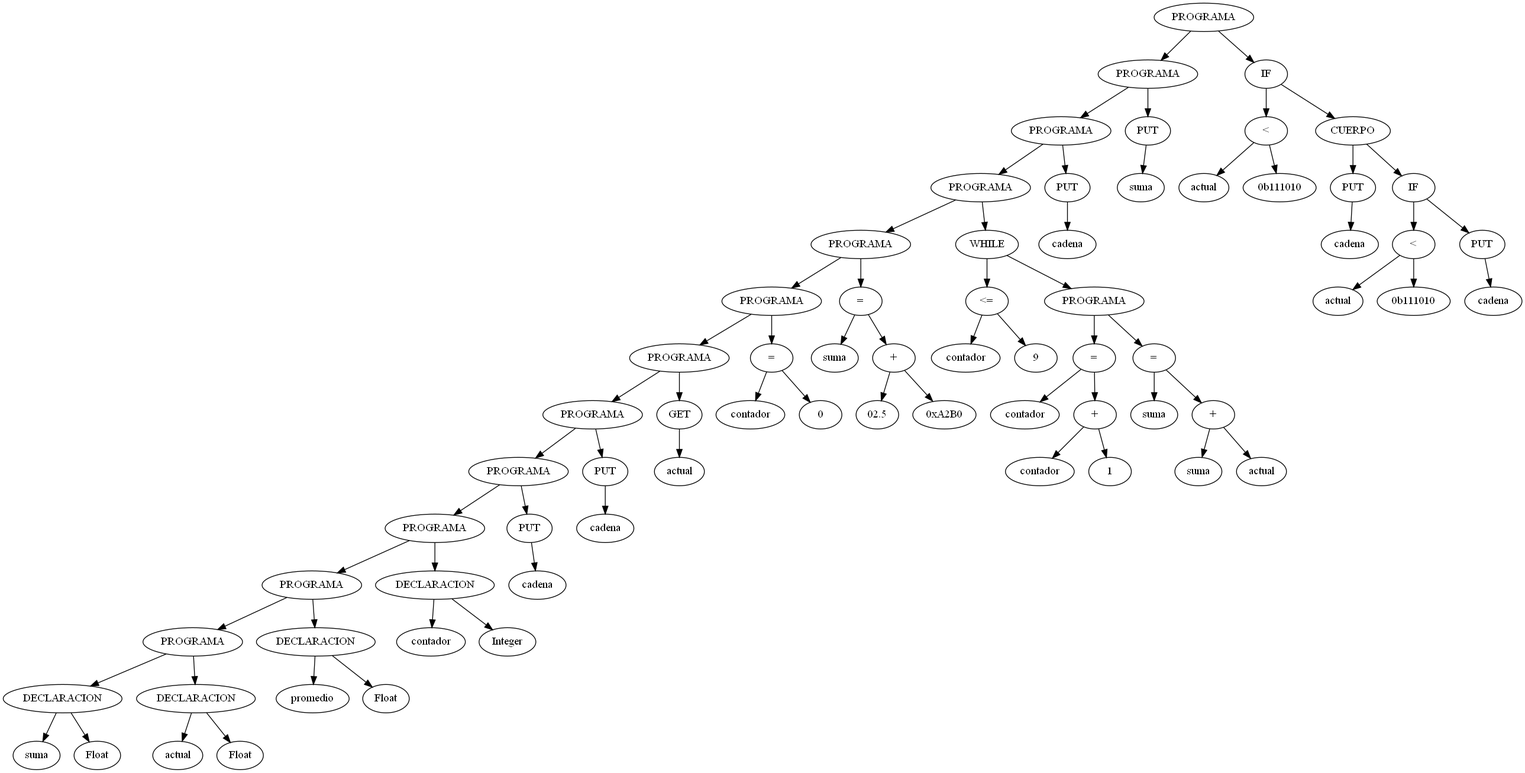
Earlier version of the Graphviz export Segunda entrega/tree.png (LyC-G16/TrabajoPractico). Its source is kept beside it as Segunda entrega/tree.dot.
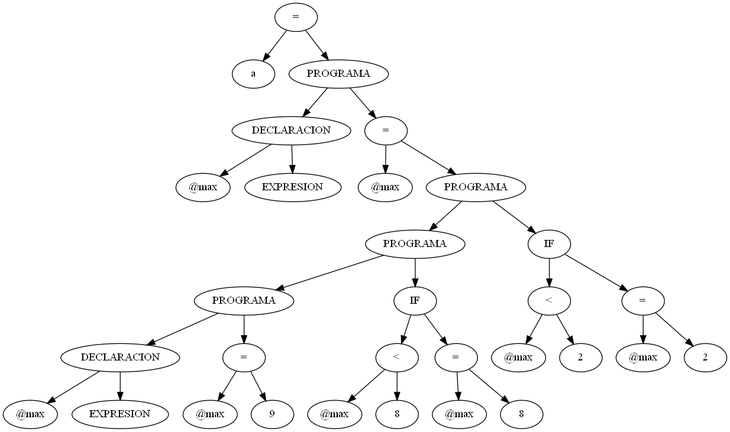
After the commit.

Diff of the diagram source:
```diff
@@ -1,141 +1,63 @@
 digraph tree {
- 1 [label="PROGRAMA"];
+ 1 [label="="];
  1 -> 2;
- 2 [label="PROGRAMA"];
- 2 -> 4;
- 4 [label="PROGRAMA"];
- 4 -> 8;
- 8 [label="PROGRAMA"];
- 8 -> 16;
- 16 [label="PROGRAMA"];
- 16 -> 32;
- 32 [label="PROGRAMA"];
- 32 -> 64;
- 64 [label="PROGRAMA"];
- 64 -> 128;
- 128 [label="PROGRAMA"];
- 128 -> 256;
- 256 [label="PROGRAMA"];
- 256 -> 512;
- 512 [label="PROGRAMA"];
- 512 -> 1024;
- 1024 [label="PROGRAMA"];
- 1024 -> 2048;
- 2048 [label="PROGRAMA"];
- 2048 -> 4096;
- 4096 [label="DECLARACION"];
- 4096 -> 8192;
- 8192 [label="suma"];
- 4096 -> 8193;
- 8193 [label="Float"];
- 2048 -> 4097;
- 4097 [label="DECLARACION"];
- 4097 -> 8194;
- 8194 [label="actual"];
- 4097 -> 8195;
- 8195 [label="Float"];
- 1024 -> 2049;
- 2049 [label="DECLARACION"];
- 2049 -> 4098;
- 4098 [label="promedio"];
- 2049 -> 4099;
- 4099 [label="Float"];
- 512 -> 1025;
- 1025 [label="DECLARACION"];
- 1025 -> 2050;
- 2050 [label="contador"];
- 1025 -> 2051;
- 2051 [label="Integer"];
- 256 -> 513;
- 513 [label="PUT"];
- 513 -> 1026;
- 1026 [label="cadena"];
- 128 -> 257;
- 257 [label="PUT"];
- 257 -> 514;
- 514 [label="cadena"];
- 64 -> 129;
- 129 [label="GET"];
- 129 -> 258;
- 258 [label="actual"];
- 32 -> 65;
- 65 [label="="];
- 65 -> 130;
- 130 [label="contador"];
- 65 -> 131;
- 131 [label="0"];
- 16 -> 33;
- 33 [label="="];
- 33 -> 66;
- 66 [label="suma"];
- 33 -> 67;
- 67 [label="+"];
- 67 -> 134;
- 134 [label="02.5"];
- 67 -> 135;
- 135 [label="0xA2B0"];
- 8 -> 17;
- 17 [label="WHILE"];
- 17 -> 34;
- 34 [label="<="];
- 34 -> 68;
- 68 [label="contador"];
- 34 -> 69;
- 69 [label="9"];
- 17 -> 35;
- 35 [label="PROGRAMA"];
- 35 -> 70;
- 70 [label="="];
- 70 -> 140;
- 140 [label="contador"];
- 70 -> 141;
- 141 [label="+"];
- 141 -> 282;
- 282 [label="contador"];
- 141 -> 283;
- 283 [label="1"];
- 35 -> 71;
- 71 [label="="];
- 71 -> 142;
- 142 [label="suma"];
- 71 -> 143;
- 143 [label="+"];
- 143 -> 286;
- 286 [label="suma"];
- 143 -> 287;
- 287 [label="actual"];
- 4 -> 9;
- 9 [label="PUT"];
- 9 -> 18;
- 18 [label="cadena"];
- 2 -> 5;
- 5 [label="PUT"];
- 5 -> 10;
- 10 [label="suma"];
+ 2 [label="a"];
  1 -> 3;
- 3 [label="IF"];
+ 3 [label="PROGRAMA"];
  3 -> 6;
- 6 [label="<"];
+ 6 [label="DECLARACION"];
  6 -> 12;
- 12 [label="actual"];
+ 12 [label="@max"];
  6 -> 13;
- 13 [label="0b111010"];
+ 13 [label="EXPRESION"];
  3 -> 7;
- 7 [label="CUERPO"];
+ 7 [label="="];
  7 -> 14;
- 14 [label="PUT"];
- 14 -> 28;
- 28 [label="cadena"];
+ 14 [label="@max"];
  7 -> 15;
- 15 [label="IF"];
+ 15 [label="PROGRAMA"];
  15 -> 30;
- 30 [label="<"];
+ 30 [label="PROGRAMA"];
  30 -> 60;
- 60 [label="actual"];
+ 60 [label="PROGRAMA"];
+ 60 -> 120;
+ 120 [label="DECLARACION"];
+ 120 -> 240;
+ 240 [label="@max"];
+ 120 -> 241;
+ 241 [label="EXPRESION"];
+ 60 -> 121;
+ 121 [label="="];
+ 121 -> 242;
+ 242 [label="@max"];
+ 121 -> 243;
+ 243 [label="9"];
  30 -> 61;
- 61 [label="0b111010"];
+ 61 [label="IF"];
+ 61 -> 122;
+ 122 [label="<"];
+ 122 -> 244;
+ 244 [label="@max"];
+ 122 -> 245;
+ 245 [label="8"];
+ 61 -> 123;
+ 123 [label="="];
+ 123 -> 246;
+ 246 [label="@max"];
+ 123 -> 247;
+ 247 [label="8"];
  15 -> 31;
- 31 [label="PUT"];
+ 31 [label="IF"];
  31 -> 62;
- 62 [label="cadena"];
+ 62 [label="<"];
+ 62 -> 124;
+ 124 [label="@max"];
+ 62 -> 125;
+ 125 [label="2"];
+ 31 -> 63;
+ 63 [label="="];
+ 63 -> 126;
+ 126 [label="@max"];
+ 63 -> 127;
+ 127 [label="2"];
 }
```
